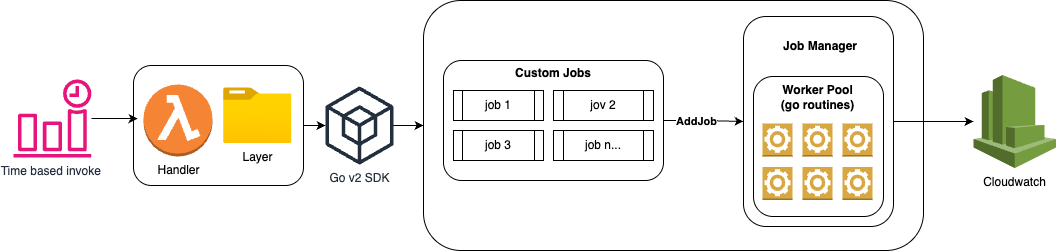
Before: media/resource-quota-solution.png, a diagram exported from draw.io (aws-samples/sample-resource-quota-and-control-plane-utilization). Source tidied: cells renumbered, new cells last; positions are measured from the earlier drawing's top-left corner, leaving out a move shared by most shapes.
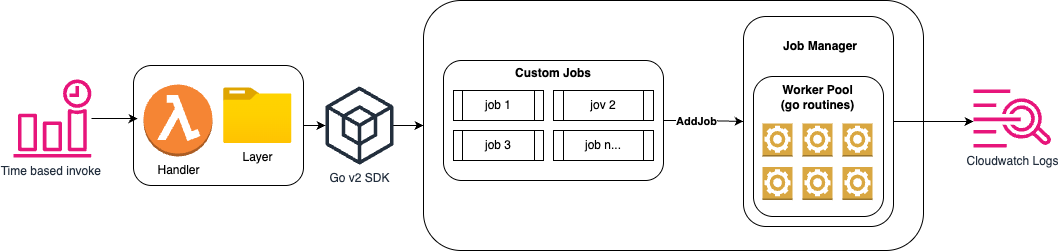
The same diagram one commit later.

Diff of the diagram source:
```diff
@@ -20,8 +20,10 @@
     <mxCell id="7" style="rounded=1;whiteSpace=wrap;html=1;" parent="1" vertex="1">
       <mxGeometry x="430" y="60" width="220" height="120" as="geometry" />
     </mxCell>
-    <mxCell id="8" style="edgeStyle=orthogonalEdgeStyle;rounded=0;jettySize=auto;html=1;" parent="1" edge="1" source="9" target="27">
-      <mxGeometry relative="1" as="geometry" />
+    <mxCell id="8" style="edgeStyle=orthogonalEdgeStyle;rounded=0;jettySize=auto;html=1;" parent="1" edge="1" source="9">
+      <mxGeometry relative="1" as="geometry">
+        <mxPoint x="960" y="121" as="targetPoint" />
+      </mxGeometry>
     </mxCell>
     <mxCell id="9" style="rounded=1;whiteSpace=wrap;html=1;fontStyle=1;" parent="1" vertex="1">
       <mxGeometry x="730" y="16" width="150" height="210" as="geometry" />
@@ -77,9 +79,6 @@
     <mxCell id="26" value="Custom Jobs" style="text;html=1;align=center;verticalAlign=middle;whiteSpace=wrap;rounded=0;fontStyle=1;" parent="1" vertex="1">
       <mxGeometry x="430" y="60" width="220" height="26" as="geometry" />
     </mxCell>
-    <mxCell id="27" value="Cloudwatch" style="outlineConnect=0;dashed=0;verticalLabelPosition=bottom;verticalAlign=top;align=center;html=1;shape=mxgraph.aws3.cloudwatch;fillColor=#759C3E;gradientColor=none;" parent="1" vertex="1">
-      <mxGeometry x="960" y="74.5" width="82.5" height="93" as="geometry" />
-    </mxCell>
     <mxCell id="28" value="Time based invoke&amp;nbsp;" style="sketch=0;outlineConnect=0;fontColor=#232F3E;gradientColor=none;fillColor=#E7157B;strokeColor=none;dashed=0;verticalLabelPosition=bottom;verticalAlign=top;align=center;html=1;fontSize=12;fontStyle=0;shape=mxgraph.aws4.event_time_based;" parent="1" vertex="1">
       <mxGeometry y="79" width="78" height="78" as="geometry" />
     </mxCell>
@@ -89,5 +88,8 @@
     <mxCell id="30" style="edgeStyle=orthogonalEdgeStyle;rounded=0;jettySize=auto;html=1;entryX=0.024;entryY=0.443;entryDx=0;entryDy=0;entryPerimeter=0;" parent="1" edge="1" source="28" target="3">
       <mxGeometry relative="1" as="geometry" />
     </mxCell>
+    <mxCell id="31" value="Cloudwatch Logs" style="sketch=0;fontColor=#232F3E;gradientColor=none;fillColor=#E7157B;strokeColor=none;dashed=0;verticalLabelPosition=bottom;verticalAlign=top;align=center;html=1;fontSize=12;fontStyle=0;shape=mxgraph.aws4.cloudwatch_logs;" parent="1" vertex="1">
+      <mxGeometry x="960" y="89" width="78" height="58" as="geometry" />
+    </mxCell>
   </root>
 </mxGraphModel>
```
